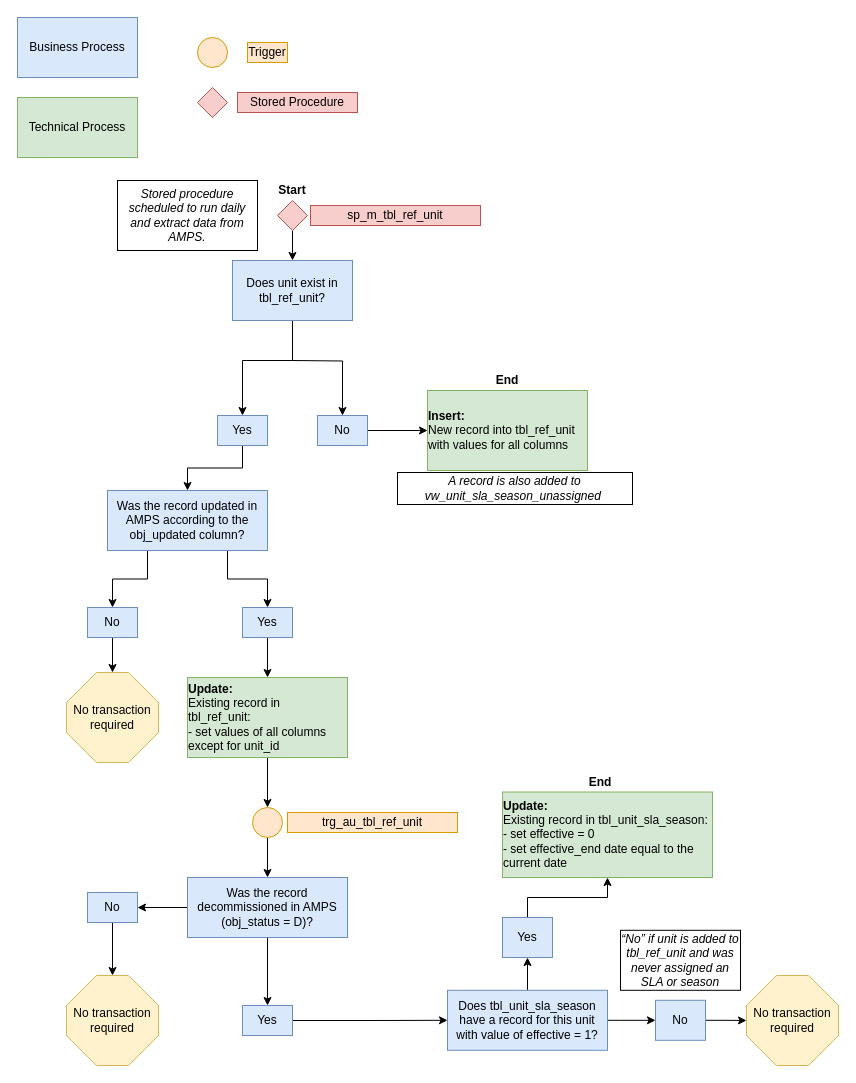
Above: images/diagram4.drawio in NYC-Parks/SLADB (draw.io), before the change. Source tidied: cells renumbered, new cells numbered last; positions are measured from the earlier drawing's top-left corner, leaving out a move shared by most shapes. Both pictures are drawn from the tidied source at 100%, with x=0, y=0 at pixel (17, 17).
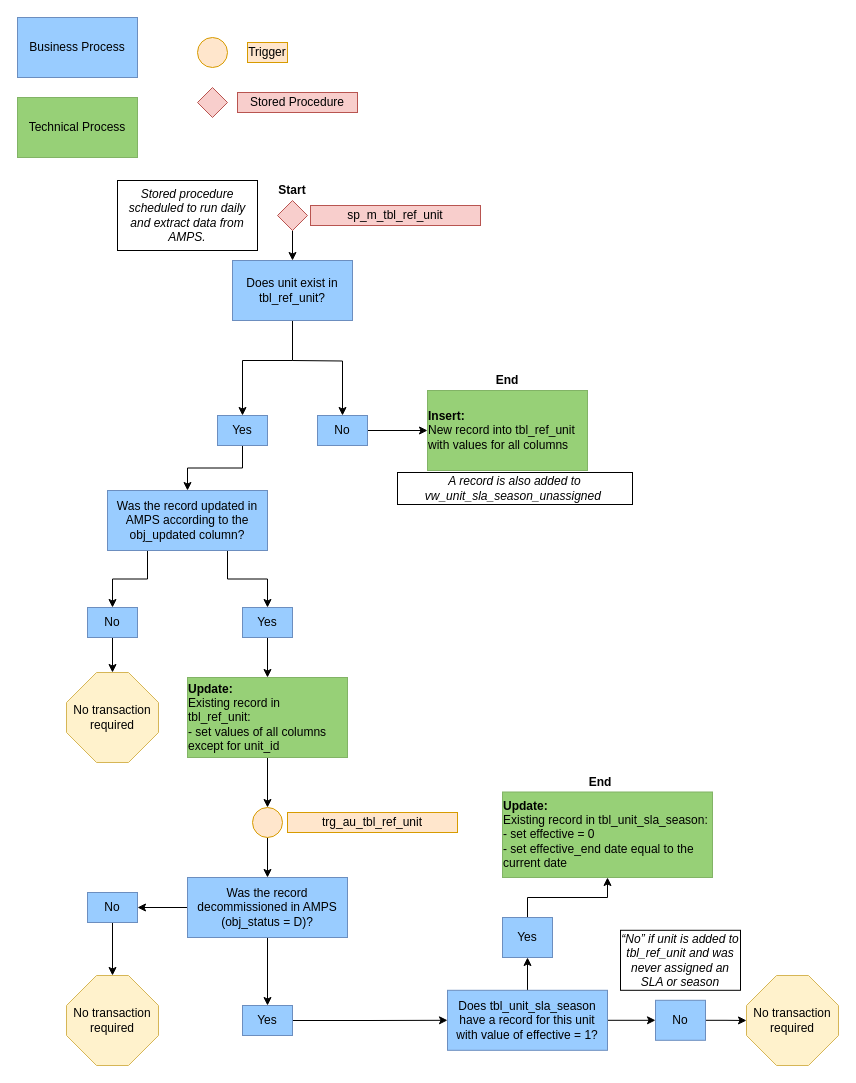
Above is the later version.

Diff of the diagram source:
```diff
@@
-    <mxCell id="4" value="Was the record decommissioned in AMPS (obj_status = D)?" style="rounded=0;whiteSpace=wrap;html=1;fontSize=12;glass=0;strokeWidth=1;shadow=0;fillColor=#dae8fc;strokeColor=#6c8ebf;" parent="1" vertex="1">
+    <mxCell id="4" value="Was the record decommissioned in AMPS (obj_status = D)?" style="rounded=0;whiteSpace=wrap;html=1;fontSize=12;glass=0;strokeWidth=1;shadow=0;fillColor=#99CCFF;strokeColor=#6c8ebf;" parent="1" vertex="1">
       <mxGeometry x="170" y="860" width="160" height="60" as="geometry" />
     </mxCell>
-    <mxCell id="5" value="Business Process" style="rounded=0;whiteSpace=wrap;html=1;fillColor=#dae8fc;strokeColor=#6c8ebf;" parent="1" vertex="1">
+    <mxCell id="5" value="Business Process" style="rounded=0;whiteSpace=wrap;html=1;fillColor=#99CCFF;strokeColor=#6c8ebf;" parent="1" vertex="1">
       <mxGeometry width="120" height="60" as="geometry" />
     </mxCell>
-    <mxCell id="6" value="Technical Process" style="rounded=0;whiteSpace=wrap;html=1;fillColor=#d5e8d4;strokeColor=#82b366;" parent="1" vertex="1">
+    <mxCell id="6" value="Technical Process" style="rounded=0;whiteSpace=wrap;html=1;fillColor=#97D077;strokeColor=#82b366;" parent="1" vertex="1">
       <mxGeometry y="80" width="120" height="60" as="geometry" />
     </mxCell>
@@
-    <mxCell id="13" value="Yes" style="rounded=0;whiteSpace=wrap;html=1;fillColor=#dae8fc;strokeColor=#6c8ebf;" parent="1" vertex="1">
+    <mxCell id="13" value="Yes" style="rounded=0;whiteSpace=wrap;html=1;fillColor=#99CCFF;strokeColor=#6c8ebf;" parent="1" vertex="1">
       <mxGeometry x="200" y="398" width="50" height="30" as="geometry" />
     </mxCell>
@@
-    <mxCell id="15" value="No" style="rounded=0;whiteSpace=wrap;html=1;fillColor=#dae8fc;strokeColor=#6c8ebf;" parent="1" vertex="1">
+    <mxCell id="15" value="No" style="rounded=0;whiteSpace=wrap;html=1;fillColor=#99CCFF;strokeColor=#6c8ebf;" parent="1" vertex="1">
       <mxGeometry x="300" y="398" width="50" height="30" as="geometry" />
     </mxCell>
@@
-    <mxCell id="18" value="Does unit exist in tbl_ref_unit?" style="rounded=0;whiteSpace=wrap;html=1;fillColor=#dae8fc;strokeColor=#6c8ebf;" parent="1" vertex="1">
+    <mxCell id="18" value="Does unit exist in tbl_ref_unit?" style="rounded=0;whiteSpace=wrap;html=1;fillColor=#99CCFF;strokeColor=#6c8ebf;" parent="1" vertex="1">
       <mxGeometry x="215" y="243" width="120" height="60" as="geometry" />
     </mxCell>
@@
-    <mxCell id="21" value="Does tbl_unit_sla_season have a record for this unit with value of effective = 1?" style="rounded=0;whiteSpace=wrap;html=1;fillColor=#dae8fc;strokeColor=#6c8ebf;" parent="1" vertex="1">
+    <mxCell id="21" value="Does tbl_unit_sla_season have a record for this unit with value of effective = 1?" style="rounded=0;whiteSpace=wrap;html=1;fillColor=#99CCFF;strokeColor=#6c8ebf;" parent="1" vertex="1">
       <mxGeometry x="430" y="972.8" width="160" height="60" as="geometry" />
     </mxCell>
@@
-    <mxCell id="23" value="Yes" style="rounded=0;whiteSpace=wrap;html=1;fillColor=#dae8fc;strokeColor=#6c8ebf;" parent="1" vertex="1">
+    <mxCell id="23" value="Yes" style="rounded=0;whiteSpace=wrap;html=1;fillColor=#99CCFF;strokeColor=#6c8ebf;" parent="1" vertex="1">
       <mxGeometry x="485" y="900" width="50" height="40" as="geometry" />
     </mxCell>
@@
-    <mxCell id="25" value="No" style="rounded=0;whiteSpace=wrap;html=1;fillColor=#dae8fc;strokeColor=#6c8ebf;" parent="1" vertex="1">
+    <mxCell id="25" value="No" style="rounded=0;whiteSpace=wrap;html=1;fillColor=#99CCFF;strokeColor=#6c8ebf;" parent="1" vertex="1">
       <mxGeometry x="638" y="982.8" width="50" height="40" as="geometry" />
     </mxCell>
@@
-    <mxCell id="27" value="&lt;div style=&quot;text-align: left&quot;&gt;&lt;b&gt;Update:&lt;/b&gt;&lt;/div&gt;&lt;div style=&quot;text-align: left&quot;&gt;Existing record in tbl_unit_sla_season:&lt;/div&gt;&lt;div style=&quot;text-align: left&quot;&gt;- set effective = 0&lt;/div&gt;&lt;div style=&quot;text-align: left&quot;&gt;- set effective_end date equal to the current date&lt;/div&gt;" style="rounded=0;whiteSpace=wrap;html=1;fillColor=#d5e8d4;strokeColor=#82b366;" parent="1" vertex="1">
+    <mxCell id="27" value="&lt;div style=&quot;text-align: left&quot;&gt;&lt;b&gt;Update:&lt;/b&gt;&lt;/div&gt;&lt;div style=&quot;text-align: left&quot;&gt;Existing record in tbl_unit_sla_season:&lt;/div&gt;&lt;div style=&quot;text-align: left&quot;&gt;- set effective = 0&lt;/div&gt;&lt;div style=&quot;text-align: left&quot;&gt;- set effective_end date equal to the current date&lt;/div&gt;" style="rounded=0;whiteSpace=wrap;html=1;fillColor=#97D077;strokeColor=#82b366;" parent="1" vertex="1">
       <mxGeometry x="485" y="774.5" width="210" height="85.5" as="geometry" />
     </mxCell>
@@
-    <mxCell id="35" value="&lt;div style=&quot;text-align: left&quot;&gt;&lt;b&gt;Update:&lt;/b&gt;&lt;/div&gt;&lt;div style=&quot;text-align: left&quot;&gt;Existing record in tbl_ref_unit:&lt;/div&gt;&lt;div style=&quot;text-align: left&quot;&gt;- set values of all columns except for unit_id&lt;/div&gt;" style="rounded=0;whiteSpace=wrap;html=1;fillColor=#d5e8d4;strokeColor=#82b366;" parent="1" vertex="1">
+    <mxCell id="35" value="&lt;div style=&quot;text-align: left&quot;&gt;&lt;b&gt;Update:&lt;/b&gt;&lt;/div&gt;&lt;div style=&quot;text-align: left&quot;&gt;Existing record in tbl_ref_unit:&lt;/div&gt;&lt;div style=&quot;text-align: left&quot;&gt;- set values of all columns except for unit_id&lt;/div&gt;" style="rounded=0;whiteSpace=wrap;html=1;fillColor=#97D077;strokeColor=#82b366;" parent="1" vertex="1">
       <mxGeometry x="170" y="660" width="160" height="80" as="geometry" />
     </mxCell>
-    <mxCell id="36" value="&lt;div style=&quot;text-align: left&quot;&gt;&lt;b&gt;Insert:&lt;/b&gt;&lt;/div&gt;&lt;div style=&quot;text-align: left&quot;&gt;New record into tbl_ref_unit with values for all columns&lt;/div&gt;" style="rounded=0;whiteSpace=wrap;html=1;fillColor=#d5e8d4;strokeColor=#82b366;" parent="1" vertex="1">
+    <mxCell id="36" value="&lt;div style=&quot;text-align: left&quot;&gt;&lt;b&gt;Insert:&lt;/b&gt;&lt;/div&gt;&lt;div style=&quot;text-align: left&quot;&gt;New record into tbl_ref_unit with values for all columns&lt;/div&gt;" style="rounded=0;whiteSpace=wrap;html=1;fillColor=#97D077;strokeColor=#82b366;" parent="1" vertex="1">
       <mxGeometry x="410" y="373" width="160" height="80" as="geometry" />
     </mxCell>
@@
-    <mxCell id="41" value="Was the record updated in AMPS according to the obj_updated column?" style="rounded=0;whiteSpace=wrap;html=1;fillColor=#dae8fc;strokeColor=#6c8ebf;" parent="1" vertex="1">
+    <mxCell id="41" value="Was the record updated in AMPS according to the obj_updated column?" style="rounded=0;whiteSpace=wrap;html=1;fillColor=#99CCFF;strokeColor=#6c8ebf;" parent="1" vertex="1">
       <mxGeometry x="90" y="473" width="160" height="60" as="geometry" />
     </mxCell>
@@
-    <mxCell id="43" value="Yes" style="rounded=0;whiteSpace=wrap;html=1;fillColor=#dae8fc;strokeColor=#6c8ebf;" parent="1" vertex="1">
+    <mxCell id="43" value="Yes" style="rounded=0;whiteSpace=wrap;html=1;fillColor=#99CCFF;strokeColor=#6c8ebf;" parent="1" vertex="1">
       <mxGeometry x="225" y="590" width="50" height="30" as="geometry" />
     </mxCell>
@@
-    <mxCell id="45" value="No" style="rounded=0;whiteSpace=wrap;html=1;fillColor=#dae8fc;strokeColor=#6c8ebf;" parent="1" vertex="1">
+    <mxCell id="45" value="No" style="rounded=0;whiteSpace=wrap;html=1;fillColor=#99CCFF;strokeColor=#6c8ebf;" parent="1" vertex="1">
       <mxGeometry x="70" y="590" width="50" height="30" as="geometry" />
     </mxCell>
@@
-    <mxCell id="48" value="No" style="rounded=0;whiteSpace=wrap;html=1;fillColor=#dae8fc;strokeColor=#6c8ebf;" parent="1" vertex="1">
+    <mxCell id="48" value="No" style="rounded=0;whiteSpace=wrap;html=1;fillColor=#99CCFF;strokeColor=#6c8ebf;" parent="1" vertex="1">
       <mxGeometry x="70" y="875" width="50" height="30" as="geometry" />
     </mxCell>
@@
-    <mxCell id="50" value="Yes" style="rounded=0;whiteSpace=wrap;html=1;fillColor=#dae8fc;strokeColor=#6c8ebf;" parent="1" vertex="1">
+    <mxCell id="50" value="Yes" style="rounded=0;whiteSpace=wrap;html=1;fillColor=#99CCFF;strokeColor=#6c8ebf;" parent="1" vertex="1">
       <mxGeometry x="225" y="988" width="50" height="30" as="geometry" />
     </mxCell>
```
